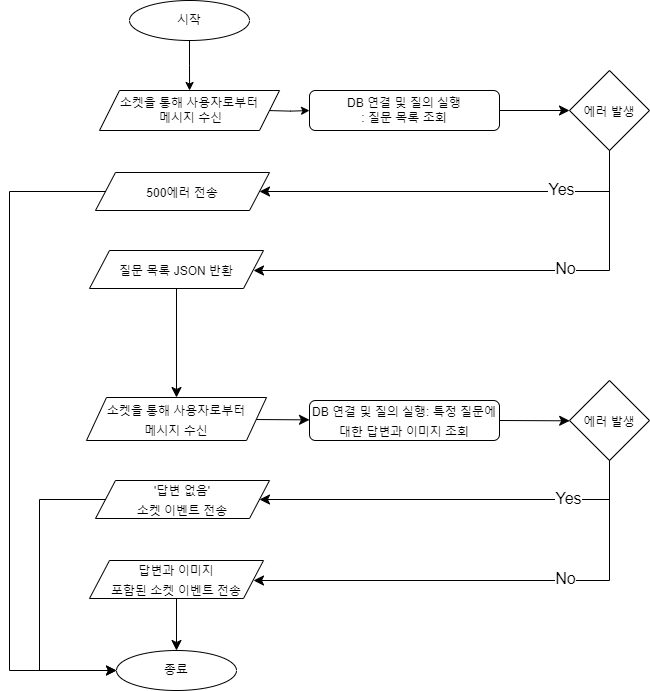
Brazen-Story/mall_chatbot keeps this draw.io diagram as chatbot_FAQ.drawio.png. Above is the earlier version. Source tidied: cells renumbered, new cells last; positions are measured from the earlier drawing's top-left corner, leaving out a move shared by most shapes.
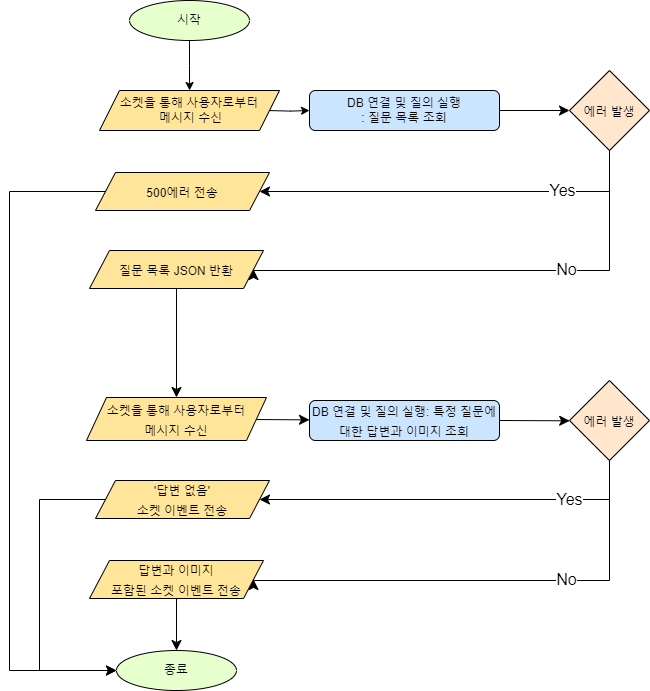
After the commit.

Change to the diagram source:
```diff
@@ -7,7 +7,7 @@
         <mxPoint x="180.1" y="90" as="targetPoint" />
       </mxGeometry>
     </mxCell>
-    <mxCell id="3" value="시작" style="ellipse;whiteSpace=wrap;html=1;" parent="1" vertex="1">
+    <mxCell id="3" value="시작" style="ellipse;whiteSpace=wrap;html=1;fillColor=#E6FFCC;" parent="1" vertex="1">
       <mxGeometry x="120" width="120" height="40" as="geometry" />
     </mxCell>
     <mxCell id="4" style="edgeStyle=orthogonalEdgeStyle;rounded=0;jettySize=auto;html=1;" parent="1" edge="1" target="6">
@@ -20,16 +20,16 @@
         <mxPoint x="560" y="110" as="targetPoint" />
       </mxGeometry>
     </mxCell>
-    <mxCell id="6" value="DB 연결 및 질의 실행&lt;br&gt;: 질문 목록 조회" style="rounded=1;whiteSpace=wrap;html=1;" parent="1" vertex="1">
+    <mxCell id="6" value="DB 연결 및 질의 실행&lt;br&gt;: 질문 목록 조회" style="rounded=1;whiteSpace=wrap;html=1;fillColor=#CCE5FF;" parent="1" vertex="1">
       <mxGeometry x="300" y="90" width="190" height="40" as="geometry" />
     </mxCell>
-    <mxCell id="7" value="소켓을 통해 사용자로부터&lt;br&gt;&amp;nbsp;메시지 수신" style="shape=parallelogram;perimeter=parallelogramPerimeter;whiteSpace=wrap;html=1;fixedSize=1;" parent="1" vertex="1">
+    <mxCell id="7" value="소켓을 통해 사용자로부터&lt;br&gt;&amp;nbsp;메시지 수신" style="shape=parallelogram;perimeter=parallelogramPerimeter;whiteSpace=wrap;html=1;fixedSize=1;fillColor=#FFE599;" parent="1" vertex="1">
       <mxGeometry x="90" y="90" width="180" height="40" as="geometry" />
     </mxCell>
-    <mxCell id="8" value="&lt;font style=&quot;font-size: 12px;&quot;&gt;500에러 전송&lt;/font&gt;" style="shape=parallelogram;perimeter=parallelogramPerimeter;whiteSpace=wrap;html=1;fixedSize=1;fontSize=16;" parent="1" vertex="1">
+    <mxCell id="8" value="&lt;font style=&quot;font-size: 12px;&quot;&gt;500에러 전송&lt;/font&gt;" style="shape=parallelogram;perimeter=parallelogramPerimeter;whiteSpace=wrap;html=1;fixedSize=1;fontSize=16;fillColor=#FFE599;" parent="1" vertex="1">
       <mxGeometry x="86" y="172" width="174" height="38" as="geometry" />
     </mxCell>
-    <mxCell id="9" value="&lt;font style=&quot;font-size: 12px;&quot;&gt;에러 발생&lt;/font&gt;" style="rhombus;whiteSpace=wrap;html=1;fontSize=16;" parent="1" vertex="1">
+    <mxCell id="9" value="&lt;font style=&quot;font-size: 12px;&quot;&gt;에러 발생&lt;/font&gt;" style="rhombus;whiteSpace=wrap;html=1;fontSize=16;fillColor=#FFE6CC;" parent="1" vertex="1">
       <mxGeometry x="560" y="70" width="80" height="80" as="geometry" />
     </mxCell>
     <mxCell id="10" style="edgeStyle=elbowEdgeStyle;elbow=horizontal;endArrow=classic;html=1;curved=0;rounded=0;endSize=8;startSize=8;fontSize=12;exitX=0.5;exitY=1;exitDx=0;exitDy=0;entryX=1;entryY=0.5;entryDx=0;entryDy=0;" parent="1" edge="1" source="9" target="8">
@@ -58,13 +58,13 @@
     <mxCell id="14" style="edgeStyle=none;curved=1;rounded=0;jettySize=auto;html=1;fontSize=12;startSize=8;endSize=8;" parent="1" edge="1" source="15" target="17">
       <mxGeometry relative="1" as="geometry" />
     </mxCell>
-    <mxCell id="15" value="&lt;font style=&quot;font-size: 12px;&quot;&gt;질문 목록 JSON 반환&lt;/font&gt;" style="shape=parallelogram;perimeter=parallelogramPerimeter;whiteSpace=wrap;html=1;fixedSize=1;fontSize=16;" parent="1" vertex="1">
+    <mxCell id="15" value="&lt;font style=&quot;font-size: 12px;&quot;&gt;질문 목록 JSON 반환&lt;/font&gt;" style="shape=parallelogram;perimeter=parallelogramPerimeter;whiteSpace=wrap;html=1;fixedSize=1;fontSize=16;fillColor=#FFE599;" parent="1" vertex="1">
       <mxGeometry x="80" y="250" width="174" height="38" as="geometry" />
     </mxCell>
     <mxCell id="16" style="edgeStyle=none;curved=1;rounded=0;jettySize=auto;html=1;fontSize=12;startSize=8;endSize=8;" parent="1" edge="1" source="17" target="19">
       <mxGeometry relative="1" as="geometry" />
     </mxCell>
-    <mxCell id="17" value="&lt;font style=&quot;font-size: 12px;&quot;&gt;소켓을 통해 사용자로부터&lt;br&gt;메시지 수신&lt;br&gt;&lt;/font&gt;" style="shape=parallelogram;perimeter=parallelogramPerimeter;whiteSpace=wrap;html=1;fixedSize=1;fontSize=16;" parent="1" vertex="1">
+    <mxCell id="17" value="&lt;font style=&quot;font-size: 12px;&quot;&gt;소켓을 통해 사용자로부터&lt;br&gt;메시지 수신&lt;br&gt;&lt;/font&gt;" style="shape=parallelogram;perimeter=parallelogramPerimeter;whiteSpace=wrap;html=1;fixedSize=1;fontSize=16;fillColor=#FFE599;" parent="1" vertex="1">
       <mxGeometry x="77" y="397" width="180" height="43" as="geometry" />
     </mxCell>
     <mxCell id="18" style="edgeStyle=none;curved=1;rounded=0;jettySize=auto;html=1;exitX=1;exitY=0.5;exitDx=0;exitDy=0;fontSize=12;startSize=8;endSize=8;" parent="1" edge="1" source="19">
@@ -72,10 +72,10 @@
         <mxPoint x="560.2" y="420.3" as="targetPoint" />
       </mxGeometry>
     </mxCell>
-    <mxCell id="19" value="&lt;font style=&quot;font-size: 12px;&quot;&gt;DB 연결 및 질의 실행: 특정 질문에 대한 답변과 이미지 조회&lt;/font&gt;" style="rounded=1;whiteSpace=wrap;html=1;fontSize=16;" parent="1" vertex="1">
+    <mxCell id="19" value="&lt;font style=&quot;font-size: 12px;&quot;&gt;DB 연결 및 질의 실행: 특정 질문에 대한 답변과 이미지 조회&lt;/font&gt;" style="rounded=1;whiteSpace=wrap;html=1;fontSize=16;fillColor=#CCE5FF;" parent="1" vertex="1">
       <mxGeometry x="300" y="400" width="190" height="40" as="geometry" />
     </mxCell>
-    <mxCell id="20" value="&lt;font style=&quot;font-size: 12px;&quot;&gt;에러 발생&lt;/font&gt;" style="rhombus;whiteSpace=wrap;html=1;fontSize=16;" parent="1" vertex="1">
+    <mxCell id="20" value="&lt;font style=&quot;font-size: 12px;&quot;&gt;에러 발생&lt;/font&gt;" style="rhombus;whiteSpace=wrap;html=1;fontSize=16;fillColor=#FFE6CC;" parent="1" vertex="1">
       <mxGeometry x="560" y="380" width="80" height="80" as="geometry" />
     </mxCell>
     <mxCell id="21" style="edgeStyle=elbowEdgeStyle;elbow=horizontal;endArrow=classic;html=1;curved=0;rounded=0;endSize=8;startSize=8;fontSize=12;exitX=0.5;exitY=1;exitDx=0;exitDy=0;entryX=1;entryY=0.5;entryDx=0;entryDy=0;" parent="1" edge="1" source="20" target="27">
@@ -104,13 +104,13 @@
     <mxCell id="25" style="edgeStyle=none;curved=1;rounded=0;jettySize=auto;html=1;exitX=0.5;exitY=1;exitDx=0;exitDy=0;entryX=0.5;entryY=0;entryDx=0;entryDy=0;fontSize=12;startSize=8;endSize=8;" parent="1" edge="1" source="26" target="28">
       <mxGeometry relative="1" as="geometry" />
     </mxCell>
-    <mxCell id="26" value="&lt;font style=&quot;font-size: 12px;&quot;&gt;답변과 이미지 &lt;br&gt;포함된 소켓 이벤트 전송&lt;/font&gt;" style="shape=parallelogram;perimeter=parallelogramPerimeter;whiteSpace=wrap;html=1;fixedSize=1;fontSize=16;" parent="1" vertex="1">
+    <mxCell id="26" value="&lt;font style=&quot;font-size: 12px;&quot;&gt;답변과 이미지 &lt;br&gt;포함된 소켓 이벤트 전송&lt;/font&gt;" style="shape=parallelogram;perimeter=parallelogramPerimeter;whiteSpace=wrap;html=1;fixedSize=1;fontSize=16;fillColor=#FFE599;" parent="1" vertex="1">
       <mxGeometry x="80" y="560" width="174" height="38" as="geometry" />
     </mxCell>
-    <mxCell id="27" value="&lt;span style=&quot;font-size: 12px;&quot;&gt;'답변 없음' &lt;br&gt;소켓 이벤트 전송&lt;/span&gt;" style="shape=parallelogram;perimeter=parallelogramPerimeter;whiteSpace=wrap;html=1;fixedSize=1;fontSize=16;" parent="1" vertex="1">
+    <mxCell id="27" value="&lt;span style=&quot;font-size: 12px;&quot;&gt;'답변 없음' &lt;br&gt;소켓 이벤트 전송&lt;/span&gt;" style="shape=parallelogram;perimeter=parallelogramPerimeter;whiteSpace=wrap;html=1;fixedSize=1;fontSize=16;fillColor=#FFE599;" parent="1" vertex="1">
       <mxGeometry x="86" y="480" width="174" height="38" as="geometry" />
     </mxCell>
-    <mxCell id="28" value="종료&lt;br&gt;" style="ellipse;whiteSpace=wrap;html=1;" parent="1" vertex="1">
+    <mxCell id="28" value="종료&lt;br&gt;" style="ellipse;whiteSpace=wrap;html=1;fillColor=#E6FFCC;" parent="1" vertex="1">
       <mxGeometry x="107" y="650" width="120" height="40" as="geometry" />
     </mxCell>
     <mxCell id="29" style="edgeStyle=elbowEdgeStyle;elbow=vertical;endArrow=classic;html=1;curved=0;rounded=0;endSize=8;startSize=8;fontSize=12;exitX=0;exitY=0.5;exitDx=0;exitDy=0;entryX=0;entryY=0.5;entryDx=0;entryDy=0;" parent="1" edge="1" source="8" target="28">
```
